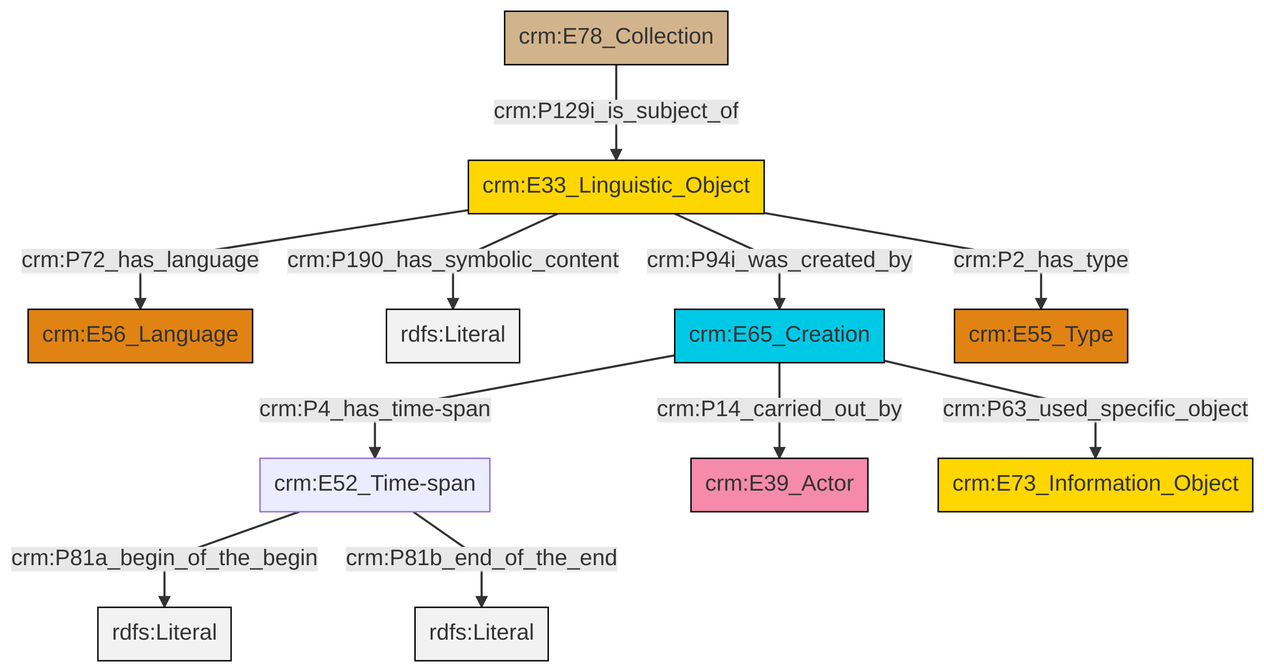
The Mermaid diagram et/archivalCSV/ttl/mmd/png/archival_desc.png in swiss-art-research-net/docs.swissartresearch, before a commit. Its source is kept beside it as et/archivalCSV/ttl/mmd/archival_desc.ttl.mmd.
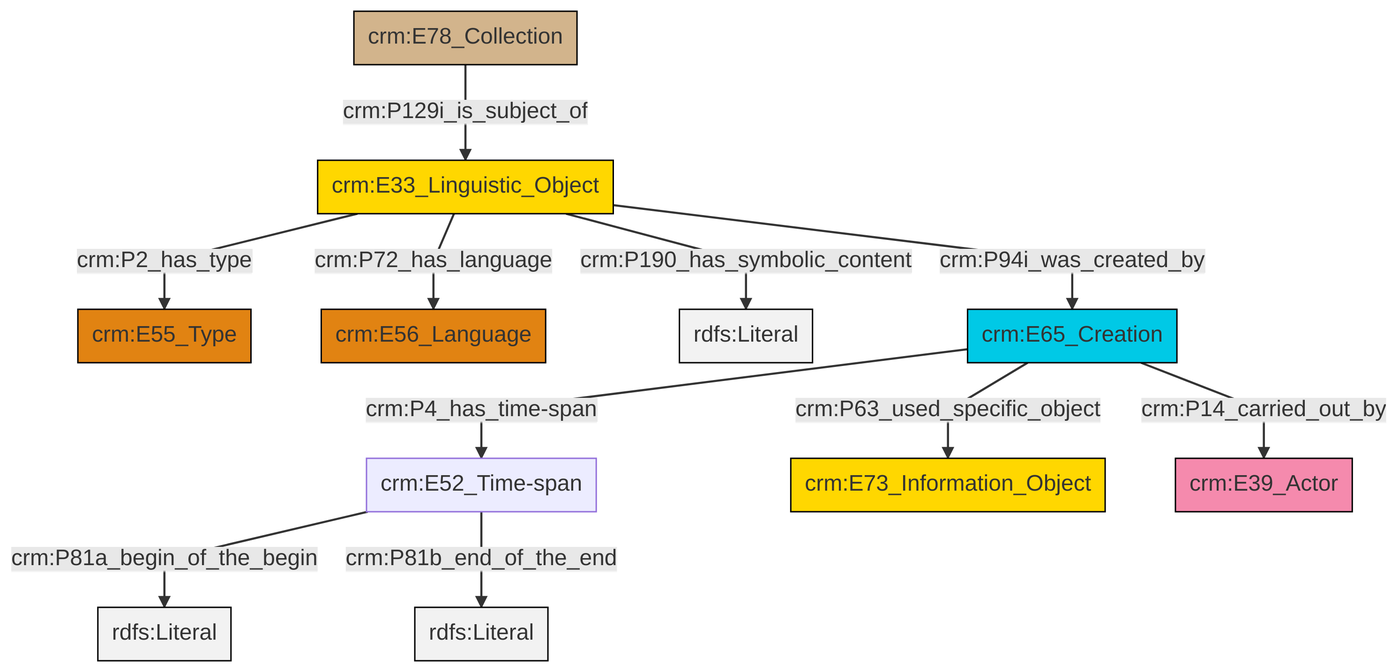
After the commit.

The edit, as a diff of the source:
```diff
@@ -13,13 +13,13 @@
 classDef PC_Classes fill:#4ce600, stroke:#000000;
 classDef Multi fill:#cccccc,stroke:#000000;
 
-2["crm:E52_Time-span"]:::Default -->|crm:P81a_begin_of_the_begin| 3[rdfs:Literal]:::Literal
-8["crm:E33_Linguistic_Object"]:::Conceptual_Object -->|crm:P190_has_symbolic_content| 9[rdfs:Literal]:::Literal
-10["crm:E65_Creation"]:::Temporal_Entity -->|crm:P14_carried_out_by| 4["crm:E39_Actor"]:::Actor
-10["crm:E65_Creation"]:::Temporal_Entity -->|crm:P4_has_time-span| 2["crm:E52_Time-span"]:::Default
-2["crm:E52_Time-span"]:::Default -->|crm:P81b_end_of_the_end| 12[rdfs:Literal]:::Literal
-8["crm:E33_Linguistic_Object"]:::Conceptual_Object -->|crm:P94i_was_created_by| 10["crm:E65_Creation"]:::Temporal_Entity
-8["crm:E33_Linguistic_Object"]:::Conceptual_Object -->|crm:P2_has_type| 13["crm:E55_Type"]:::Type
-15["crm:E78_Collection"]:::Physical_Thing -->|crm:P129i_is_subject_of| 8["crm:E33_Linguistic_Object"]:::Conceptual_Object
-8["crm:E33_Linguistic_Object"]:::Conceptual_Object -->|crm:P72_has_language| 0["crm:E56_Language"]:::Type
-10["crm:E65_Creation"]:::Temporal_Entity -->|crm:P63_used_specific_object| 6["crm:E73_Information_Object"]:::Conceptual_Object
+0["crm:E33_Linguistic_Object"]:::Conceptual_Object -->|crm:P2_has_type| 1["crm:E55_Type"]:::Type
+0["crm:E33_Linguistic_Object"]:::Conceptual_Object -->|crm:P72_has_language| 2["crm:E56_Language"]:::Type
+0["crm:E33_Linguistic_Object"]:::Conceptual_Object -->|crm:P190_has_symbolic_content| 5[rdfs:Literal]:::Literal
+6["crm:E52_Time-span"]:::Default -->|crm:P81a_begin_of_the_begin| 7[rdfs:Literal]:::Literal
+8["crm:E65_Creation"]:::Temporal_Entity -->|crm:P63_used_specific_object| 9["crm:E73_Information_Object"]:::Conceptual_Object
+0["crm:E33_Linguistic_Object"]:::Conceptual_Object -->|crm:P94i_was_created_by| 8["crm:E65_Creation"]:::Temporal_Entity
+8["crm:E65_Creation"]:::Temporal_Entity -->|crm:P4_has_time-span| 6["crm:E52_Time-span"]:::Default
+11["crm:E78_Collection"]:::Physical_Thing -->|crm:P129i_is_subject_of| 0["crm:E33_Linguistic_Object"]:::Conceptual_Object
+6["crm:E52_Time-span"]:::Default -->|crm:P81b_end_of_the_end| 16[rdfs:Literal]:::Literal
+8["crm:E65_Creation"]:::Temporal_Entity -->|crm:P14_carried_out_by| 12["crm:E39_Actor"]:::Actor
```
